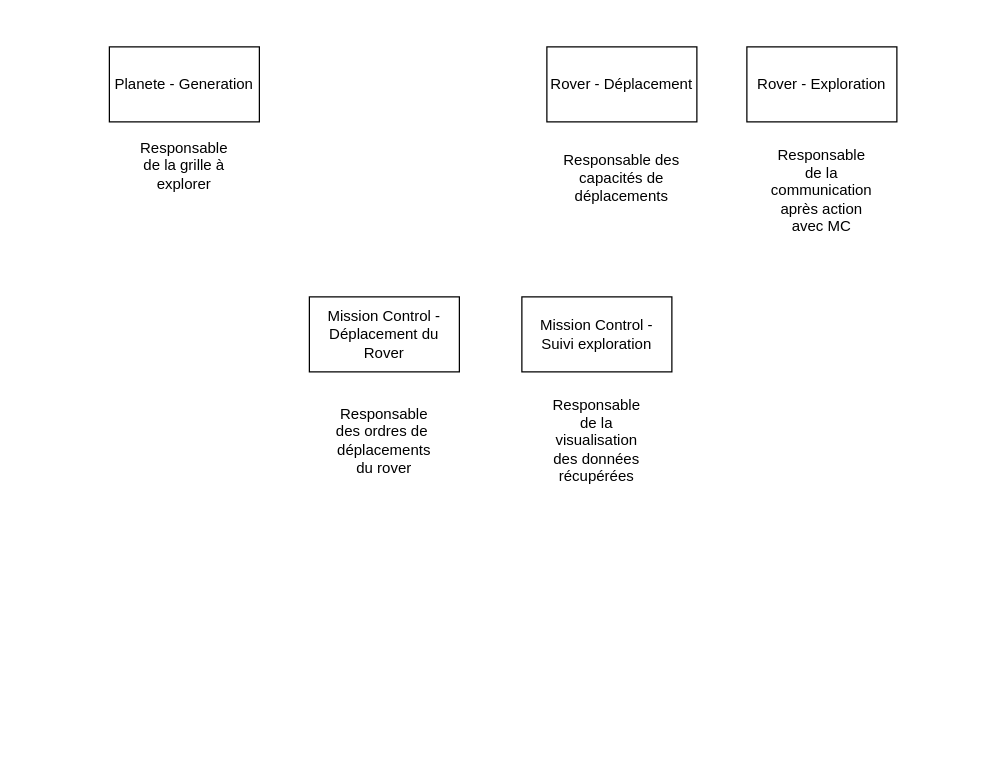
Earlier version of the draw.io diagram page "Page-2" (2 of 2) of schema.drawio (pvayssier/archi_logiciel). Source tidied: cells renumbered, new cells numbered last; positions are measured from the earlier drawing's top-left corner, leaving out a move shared by most shapes. Both pictures are drawn from the tidied source at 125%, with x=0, y=0 at pixel (109, 46).
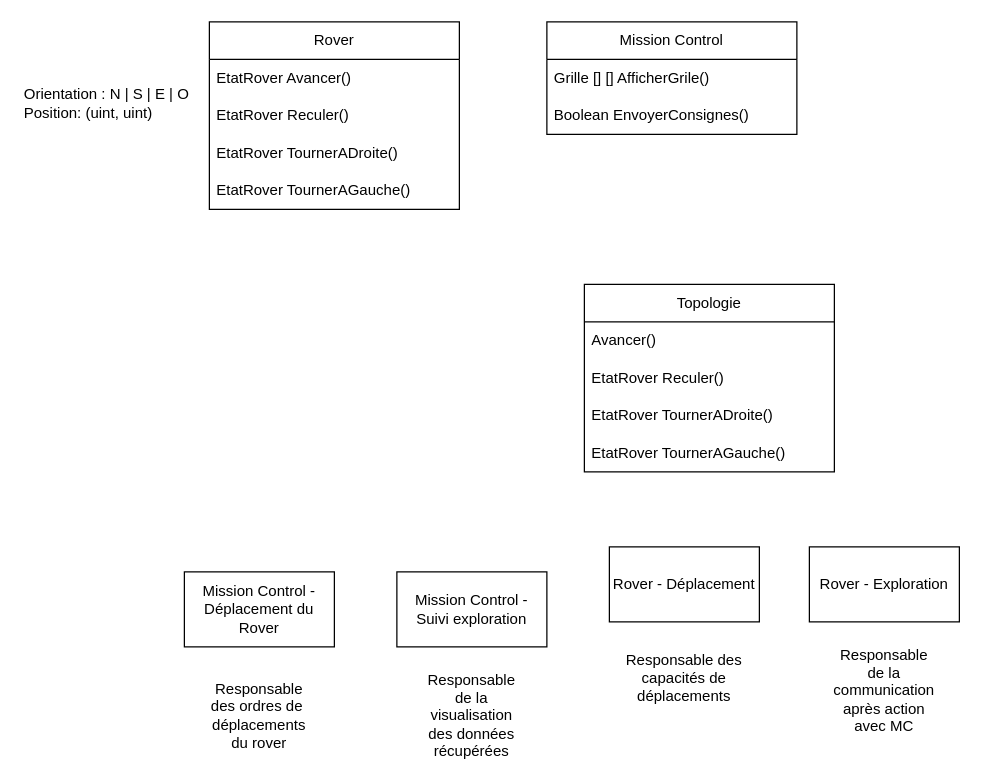
Above is the later version.

Commit message:
Mettre à jour schema.drawio

Change to the diagram source:
```diff
@@
-    <mxCell id="2" value="Planete - Generation" style="rounded=0;whiteSpace=wrap;html=1;" parent="1" vertex="1">
-      <mxGeometry width="120" height="60" as="geometry" />
-    </mxCell>
     <mxCell id="3" value="Rover - Déplacement" style="rounded=0;whiteSpace=wrap;html=1;" parent="1" vertex="1">
-      <mxGeometry x="350" width="120" height="60" as="geometry" />
+      <mxGeometry x="400" y="400" width="120" height="60" as="geometry" />
     </mxCell>
     <mxCell id="4" value="Rover - Exploration" style="rounded=0;whiteSpace=wrap;html=1;" parent="1" vertex="1">
-      <mxGeometry x="510" width="120" height="60" as="geometry" />
+      <mxGeometry x="560" y="400" width="120" height="60" as="geometry" />
     </mxCell>
     <mxCell id="5" value="Mission Control - Suivi exploration" style="rounded=0;whiteSpace=wrap;html=1;" parent="1" vertex="1">
-      <mxGeometry x="330" y="200" width="120" height="60" as="geometry" />
+      <mxGeometry x="230" y="420" width="120" height="60" as="geometry" />
     </mxCell>
     <mxCell id="6" value="Mission Control - Déplacement du Rover" style="rounded=0;whiteSpace=wrap;html=1;" parent="1" vertex="1">
-      <mxGeometry x="160" y="200" width="120" height="60" as="geometry" />
+      <mxGeometry x="60" y="420" width="120" height="60" as="geometry" />
     </mxCell>
     <mxCell id="7" value="Responsable des ordres de&amp;nbsp; déplacements du rover" style="text;html=1;align=center;verticalAlign=middle;whiteSpace=wrap;rounded=0;" parent="1" vertex="1">
-      <mxGeometry x="175" y="300" width="90" height="30" as="geometry" />
+      <mxGeometry x="75" y="520" width="90" height="30" as="geometry" />
     </mxCell>
     <mxCell id="8" value="Responsable de la visualisation des données récupérées" style="text;html=1;align=center;verticalAlign=middle;whiteSpace=wrap;rounded=0;" parent="1" vertex="1">
-      <mxGeometry x="360" y="300" width="60" height="30" as="geometry" />
+      <mxGeometry x="260" y="520" width="60" height="30" as="geometry" />
     </mxCell>
-    <mxCell id="9" value="Responsable de la grille à explorer" style="text;html=1;align=center;verticalAlign=middle;whiteSpace=wrap;rounded=0;" parent="1" vertex="1">
-      <mxGeometry x="30" y="80" width="60" height="30" as="geometry" />
-    </mxCell>
     <mxCell id="10" value="Responsable des capacités de déplacements" style="text;html=1;align=center;verticalAlign=middle;whiteSpace=wrap;rounded=0;" parent="1" vertex="1">
-      <mxGeometry x="360" y="90" width="100" height="30" as="geometry" />
+      <mxGeometry x="410" y="490" width="100" height="30" as="geometry" />
     </mxCell>
     <mxCell id="11" value="Responsable de la communication après action avec MC" style="text;html=1;align=center;verticalAlign=middle;whiteSpace=wrap;rounded=0;" parent="1" vertex="1">
-      <mxGeometry x="540" y="100" width="60" height="30" as="geometry" />
+      <mxGeometry x="590" y="500" width="60" height="30" as="geometry" />
     </mxCell>
+    <mxCell id="12" value="Rover" style="swimlane;fontStyle=0;horizontal=1;startSize=30;whiteSpace=wrap;html=1;" parent="1" vertex="1">
+      <mxGeometry x="80" y="-20" width="200" height="150" as="geometry" />
+    </mxCell>
+    <mxCell id="13" value="EtatRover Avancer()" style="text;strokeColor=none;fillColor=none;align=left;verticalAlign=middle;spacingLeft=4;spacingRight=4;overflow=hidden;whiteSpace=wrap;html=1;" parent="12" vertex="1">
+      <mxGeometry y="30" width="200" height="30" as="geometry" />
+    </mxCell>
+    <mxCell id="14" value="EtatRover Reculer()" style="text;strokeColor=none;fillColor=none;align=left;verticalAlign=middle;spacingLeft=4;spacingRight=4;overflow=hidden;whiteSpace=wrap;html=1;" parent="12" vertex="1">
+      <mxGeometry y="60" width="200" height="30" as="geometry" />
+    </mxCell>
+    <mxCell id="15" value="EtatRover TournerADroite()" style="text;strokeColor=none;fillColor=none;align=left;verticalAlign=middle;spacingLeft=4;spacingRight=4;overflow=hidden;whiteSpace=wrap;html=1;" parent="12" vertex="1">
+      <mxGeometry y="90" width="200" height="30" as="geometry" />
+    </mxCell>
+    <mxCell id="16" value="EtatRover TournerAGauche()" style="text;strokeColor=none;fillColor=none;align=left;verticalAlign=middle;spacingLeft=4;spacingRight=4;overflow=hidden;whiteSpace=wrap;html=1;" parent="12" vertex="1">
+      <mxGeometry y="120" width="200" height="30" as="geometry" />
+    </mxCell>
+    <mxCell id="17" value="Orientation : N | S | E | O&lt;div&gt;Position: (uint, uint)&lt;/div&gt;" style="text;strokeColor=none;align=left;fillColor=none;html=1;verticalAlign=middle;whiteSpace=wrap;rounded=0;" parent="1" vertex="1">
+      <mxGeometry x="-70" y="30" width="140" height="30" as="geometry" />
+    </mxCell>
+    <mxCell id="18" value="Topologie" style="swimlane;fontStyle=0;horizontal=1;startSize=30;whiteSpace=wrap;html=1;" parent="1" vertex="1">
+      <mxGeometry x="380" y="190" width="200" height="150" as="geometry" />
+    </mxCell>
+    <mxCell id="19" value="Avancer()" style="text;strokeColor=none;fillColor=none;align=left;verticalAlign=middle;spacingLeft=4;spacingRight=4;overflow=hidden;whiteSpace=wrap;html=1;" parent="18" vertex="1">
+      <mxGeometry y="30" width="200" height="30" as="geometry" />
+    </mxCell>
+    <mxCell id="20" value="EtatRover Reculer()" style="text;strokeColor=none;fillColor=none;align=left;verticalAlign=middle;spacingLeft=4;spacingRight=4;overflow=hidden;whiteSpace=wrap;html=1;" parent="18" vertex="1">
+      <mxGeometry y="60" width="200" height="30" as="geometry" />
+    </mxCell>
+    <mxCell id="21" value="EtatRover TournerADroite()" style="text;strokeColor=none;fillColor=none;align=left;verticalAlign=middle;spacingLeft=4;spacingRight=4;overflow=hidden;whiteSpace=wrap;html=1;" parent="18" vertex="1">
+      <mxGeometry y="90" width="200" height="30" as="geometry" />
+    </mxCell>
+    <mxCell id="22" value="EtatRover TournerAGauche()" style="text;strokeColor=none;fillColor=none;align=left;verticalAlign=middle;spacingLeft=4;spacingRight=4;overflow=hidden;whiteSpace=wrap;html=1;" parent="18" vertex="1">
+      <mxGeometry y="120" width="200" height="30" as="geometry" />
+    </mxCell>
+    <mxCell id="23" value="Mission Control" style="swimlane;fontStyle=0;horizontal=1;startSize=30;whiteSpace=wrap;html=1;" parent="1" vertex="1">
+      <mxGeometry x="350" y="-20" width="200" height="90" as="geometry" />
+    </mxCell>
+    <mxCell id="24" value="Grille [] [] AfficherGrile()" style="text;strokeColor=none;fillColor=none;align=left;verticalAlign=middle;spacingLeft=4;spacingRight=4;overflow=hidden;whiteSpace=wrap;html=1;" parent="23" vertex="1">
+      <mxGeometry y="30" width="200" height="30" as="geometry" />
+    </mxCell>
+    <mxCell id="25" value="Boolean EnvoyerConsignes()" style="text;strokeColor=none;fillColor=none;align=left;verticalAlign=middle;spacingLeft=4;spacingRight=4;overflow=hidden;whiteSpace=wrap;html=1;" parent="23" vertex="1">
+      <mxGeometry y="60" width="200" height="30" as="geometry" />
+    </mxCell>
```
